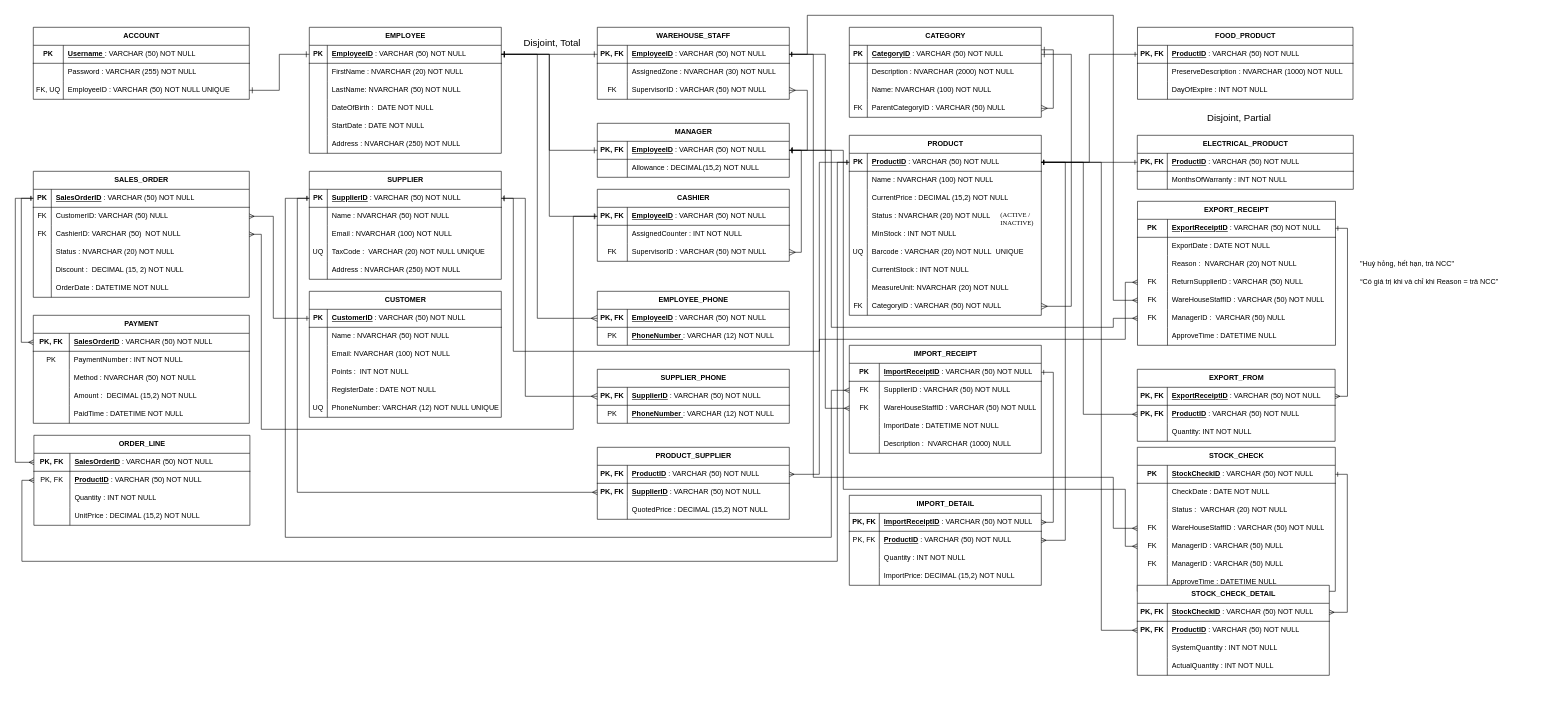
This is page "Page-1" (1 of 2) of PDM.drawio from DaveGumball361712/DBS_JAVA_PROJECT, a draw.io file, before an edit. Source tidied: cells renumbered, new cells numbered last; positions are measured from the earlier drawing's top-left corner, leaving out a move shared by most shapes. Both pictures are drawn from the tidied source at 60%, with x=0, y=0 at pixel (15, 15).
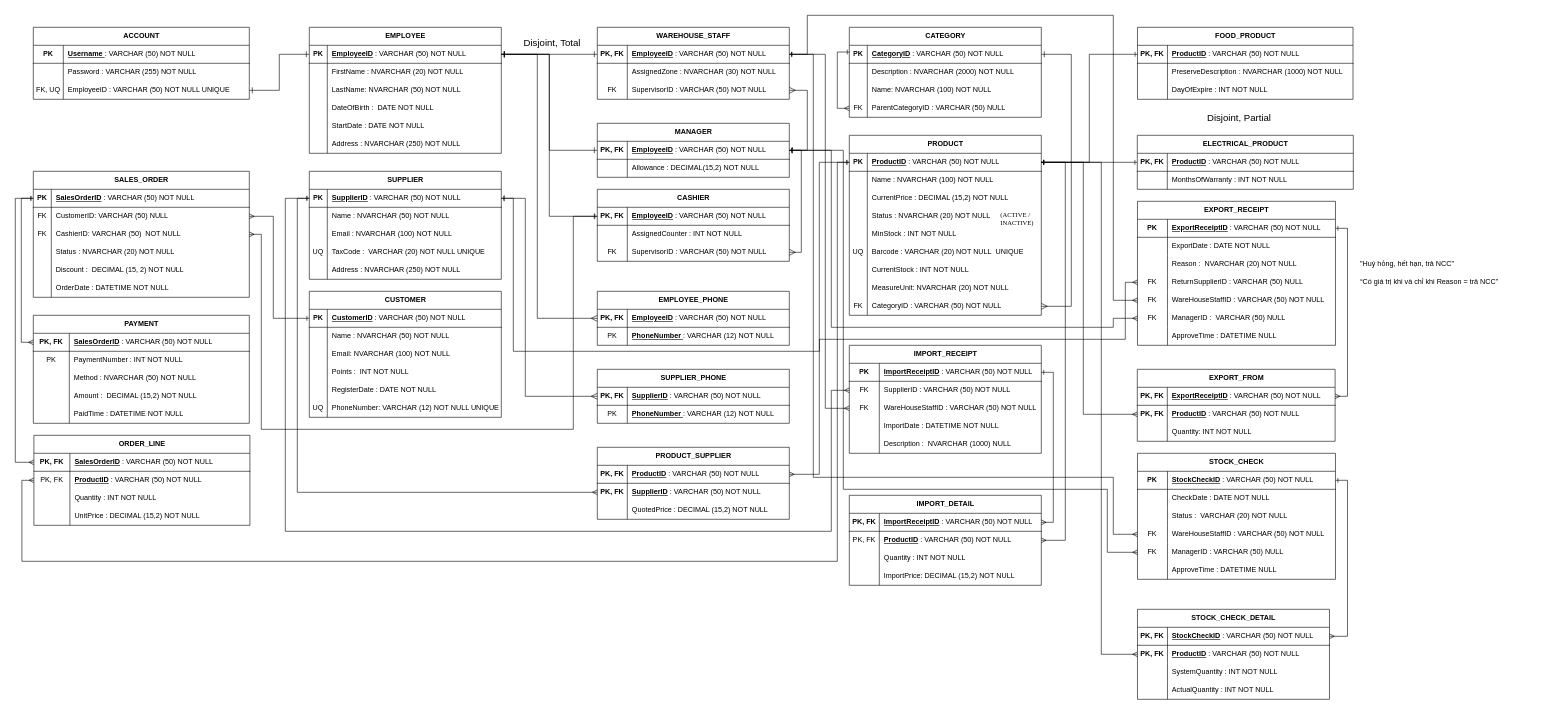
The same diagram, later.

Commit message:
Vẽ EERD Mức 3

The change refers to these unchanged cells:
```xml
<mxCell id="22" style="shape=tableRow;horizontal=0;startSize=0;swimlaneHead=0;swimlaneBody=0;fillColor=none;points=[[0,0.5],[1,0.5]];portConstraint=eastwest;top=0;left=0;right=0;bottom=1;fontStyle=0;" parent="21" vertex="1">
  <mxGeometry y="30" width="320" height="30" as="geometry" />
</mxCell>
<mxCell id="88" style="shape=tableRow;horizontal=0;startSize=0;swimlaneHead=0;swimlaneBody=0;fillColor=none;points=[[0,0.5],[1,0.5]];portConstraint=eastwest;top=0;left=0;right=0;bottom=1;fontStyle=0;" parent="87" vertex="1">
  <mxGeometry y="30" width="320" height="30" as="geometry" />
</mxCell>
<mxCell id="98" style="shape=tableRow;horizontal=0;startSize=0;swimlaneHead=0;swimlaneBody=0;fillColor=none;points=[[0,0.5],[1,0.5]];portConstraint=eastwest;top=0;left=0;right=0;bottom=1;fontStyle=0;" parent="97" vertex="1">
  <mxGeometry y="30" width="320" height="30" as="geometry" />
</mxCell>
<mxCell id="116" style="group;" parent="1" vertex="1">
  <mxGeometry x="1380" y="20" width="380" height="480" as="geometry" />
</mxCell>
<mxCell id="118" value="CATEGORY" style="shape=table;startSize=30;childLayout=tableLayout;rowLines=0;fontStyle=1;align=center;html=1;" parent="116" vertex="1">
  <mxGeometry x="10" width="320" height="150" as="geometry" />
</mxCell>
<mxCell id="119" style="shape=tableRow;horizontal=0;startSize=0;swimlaneHead=0;swimlaneBody=0;fillColor=none;points=[[0,0.5],[1,0.5]];portConstraint=eastwest;top=0;left=0;right=0;bottom=1;fontStyle=0;" parent="118" vertex="1">
  <mxGeometry y="30" width="320" height="30" as="geometry" />
</mxCell>
<mxCell id="128" style="shape=tableRow;horizontal=0;startSize=0;swimlaneHead=0;swimlaneBody=0;fillColor=none;points=[[0,0.5],[1,0.5]];portConstraint=eastwest;top=0;left=0;right=0;bottom=0;" parent="118" vertex="1">
  <mxGeometry y="120" width="320" height="30" as="geometry" />
</mxCell>
<mxCell id="132" style="shape=tableRow;horizontal=0;startSize=0;swimlaneHead=0;swimlaneBody=0;fillColor=none;points=[[0,0.5],[1,0.5]];portConstraint=eastwest;top=0;left=0;right=0;bottom=1;fontStyle=0;" parent="131" vertex="1">
  <mxGeometry y="30" width="320" height="30" as="geometry" />
</mxCell>
<mxCell id="269" style="shape=tableRow;horizontal=0;startSize=0;swimlaneHead=0;swimlaneBody=0;fillColor=none;points=[[0,0.5],[1,0.5]];portConstraint=eastwest;top=0;left=0;right=0;bottom=0;" parent="265" vertex="1">
  <mxGeometry y="60" width="320" height="30" as="geometry" />
</mxCell>
<mxCell id="291" style="shape=tableRow;horizontal=0;startSize=0;swimlaneHead=0;swimlaneBody=0;fillColor=none;points=[[0,0.5],[1,0.5]];portConstraint=eastwest;top=0;left=0;right=0;bottom=0;" parent="281" vertex="1">
  <mxGeometry y="120" width="330" height="30" as="geometry" />
</mxCell>
<mxCell id="294" style="shape=tableRow;horizontal=0;startSize=0;swimlaneHead=0;swimlaneBody=0;fillColor=none;points=[[0,0.5],[1,0.5]];portConstraint=eastwest;top=0;left=0;right=0;bottom=0;" parent="281" vertex="1">
  <mxGeometry y="150" width="330" height="30" as="geometry" />
</mxCell>
<mxCell id="307" style="shape=tableRow;horizontal=0;startSize=0;swimlaneHead=0;swimlaneBody=0;fillColor=none;points=[[0,0.5],[1,0.5]];portConstraint=eastwest;top=0;left=0;right=0;bottom=0;" parent="303" vertex="1">
  <mxGeometry y="60" width="320" height="30" as="geometry" />
</mxCell>
```

Change to the diagram source:
```diff
@@
-    <mxCell id="117" style="edgeStyle=orthogonalEdgeStyle;rounded=0;jettySize=auto;html=1;exitX=1;exitY=0.5;exitDx=0;exitDy=0;entryX=1;entryY=0.25;entryDx=0;entryDy=0;fontSize=12;defaultLabelBackgroundColor=page;startSize=8;endSize=8;endArrow=ERone;endFill=0;startArrow=ERmany;startFill=0;" parent="116" edge="1" source="128" target="118">
-      <mxGeometry relative="1" as="geometry" />
-    </mxCell>
@@
+    <mxCell id="359" style="edgeStyle=orthogonalEdgeStyle;rounded=0;jettySize=auto;html=1;entryX=0.002;entryY=0.374;entryDx=0;entryDy=0;entryPerimeter=0;defaultLabelBackgroundColor=page;startArrow=ERmany;startFill=0;endArrow=ERone;endFill=0;" parent="118" edge="1" source="128" target="119">
+      <mxGeometry relative="1" as="geometry" />
+    </mxCell>
@@
     <mxCell id="281" value="STOCK_CHECK" style="shape=table;startSize=30;childLayout=tableLayout;rowLines=0;fontStyle=1;align=center;html=1;" parent="1" vertex="1">
-      <mxGeometry x="1870" y="720" width="330" height="240" as="geometry" />
+      <mxGeometry x="1870.3" y="730" width="330" height="210" as="geometry" />
     </mxCell>
@@
-    <mxCell id="297" style="shape=tableRow;horizontal=0;startSize=0;swimlaneHead=0;swimlaneBody=0;fillColor=none;top=0;left=0;right=0;bottom=0;" parent="281" vertex="1">
-      <mxGeometry y="180" width="330" height="30" as="geometry" />
-    </mxCell>
-    <mxCell id="298" value="FK" style="shape=partialRectangle;fillColor=none;top=0;left=0;bottom=0;right=0;overflow=hidden;whiteSpace=wrap;html=1;" parent="297" vertex="1">
-      <mxGeometry width="50" height="30" as="geometry" />
-    </mxCell>
-    <mxCell id="299" value="ManagerID : VARCHAR (50) NULL&amp;nbsp;" style="shape=partialRectangle;fillColor=none;top=0;left=0;bottom=0;right=0;align=left;spacingLeft=6;overflow=hidden;whiteSpace=wrap;html=1;" parent="297" vertex="1">
-      <mxGeometry x="50" width="280" height="30" as="geometry" />
-    </mxCell>
     <mxCell id="300" style="shape=tableRow;horizontal=0;startSize=0;swimlaneHead=0;swimlaneBody=0;fillColor=none;top=0;left=0;right=0;bottom=0;" parent="281" vertex="1">
-      <mxGeometry y="210" width="330" height="30" as="geometry" />
+      <mxGeometry y="180" width="330" height="30" as="geometry" />
     </mxCell>
@@
     <mxCell id="303" value="STOCK_CHECK_DETAIL" style="shape=table;startSize=30;childLayout=tableLayout;rowLines=0;fontStyle=1;align=center;html=1;" parent="1" vertex="1">
-      <mxGeometry x="1870" y="950" width="320" height="150" as="geometry" />
+      <mxGeometry x="1870.3" y="990" width="320" height="150" as="geometry" />
     </mxCell>
@@
     <mxCell id="319" style="edgeStyle=orthogonalEdgeStyle;rounded=0;jettySize=auto;html=1;entryX=1;entryY=0.5;entryDx=0;entryDy=0;defaultLabelBackgroundColor=page;startArrow=ERmany;startFill=0;endArrow=ERone;endFill=0;" parent="1" edge="1" source="307" target="132">
-      <mxGeometry x="-0.35" relative="1" as="geometry">
+      <mxGeometry x="-0.55" relative="1" as="geometry">
         <Array as="points">
-          <mxPoint x="1810" y="1025" />
+          <mxPoint x="1810" y="1065" />
           <mxPoint x="1810" y="245" />
         </Array>
       </mxGeometry>
     </mxCell>
-    <mxCell id="320" style="edgeStyle=orthogonalEdgeStyle;rounded=0;jettySize=auto;html=1;entryX=1;entryY=0.5;entryDx=0;entryDy=0;defaultLabelBackgroundColor=page;startArrow=ERmany;startFill=0;endArrow=ERone;endFill=0;" parent="1" edge="1" source="269">
-      <mxGeometry x="0.13" relative="1" as="geometry">
-        <mxPoint x="490" y="305" as="targetPoint" />
-        <Array as="points">
-          <mxPoint x="1360" y="625" />
-          <mxPoint x="1360" y="870" />
-          <mxPoint x="450" y="870" />
-          <mxPoint x="450" y="305" />
-        </Array>
-      </mxGeometry>
-    </mxCell>
@@
     <mxCell id="339" style="edgeStyle=orthogonalEdgeStyle;rounded=0;jettySize=auto;html=1;exitX=0;exitY=0.5;exitDx=0;exitDy=0;entryX=1;entryY=0.5;entryDx=0;entryDy=0;defaultLabelBackgroundColor=page;startArrow=ERmany;startFill=0;endArrow=ERone;endFill=0;" parent="1" edge="1" source="291" target="88">
       <mxGeometry relative="1" as="geometry">
         <Array as="points">
-          <mxPoint x="1830" y="855" />
+          <mxPoint x="1830" y="865" />
           <mxPoint x="1830" y="770" />
           <mxPoint x="1330" y="770" />
           <mxPoint x="1330" y="65" />
         </Array>
       </mxGeometry>
     </mxCell>
@@
     <mxCell id="358" style="edgeStyle=orthogonalEdgeStyle;rounded=0;jettySize=auto;html=1;exitX=0;exitY=0.5;exitDx=0;exitDy=0;entryX=1;entryY=0.5;entryDx=0;entryDy=0;defaultLabelBackgroundColor=page;startArrow=ERmany;startFill=0;endArrow=ERone;endFill=0;" parent="1" edge="1" source="294" target="98">
       <mxGeometry relative="1" as="geometry">
         <Array as="points">
-          <mxPoint x="1850" y="885" />
-          <mxPoint x="1850" y="790" />
+          <mxPoint x="1820" y="895" />
+          <mxPoint x="1820" y="790" />
           <mxPoint x="1380" y="790" />
           <mxPoint x="1380" y="225" />
         </Array>
       </mxGeometry>
     </mxCell>
+    <mxCell id="360" style="edgeStyle=orthogonalEdgeStyle;rounded=0;jettySize=auto;html=1;exitX=0;exitY=0.5;exitDx=0;exitDy=0;entryX=0;entryY=0.5;entryDx=0;entryDy=0;defaultLabelBackgroundColor=page;startArrow=ERmany;startFill=0;endArrow=ERone;endFill=0;" parent="1" edge="1" source="269" target="22">
+      <mxGeometry x="-0.02" relative="1" as="geometry">
+        <Array as="points">
+          <mxPoint x="1360" y="625" />
+          <mxPoint x="1360" y="860" />
+          <mxPoint x="450" y="860" />
+          <mxPoint x="450" y="305" />
+        </Array>
+      </mxGeometry>
+    </mxCell>
```
